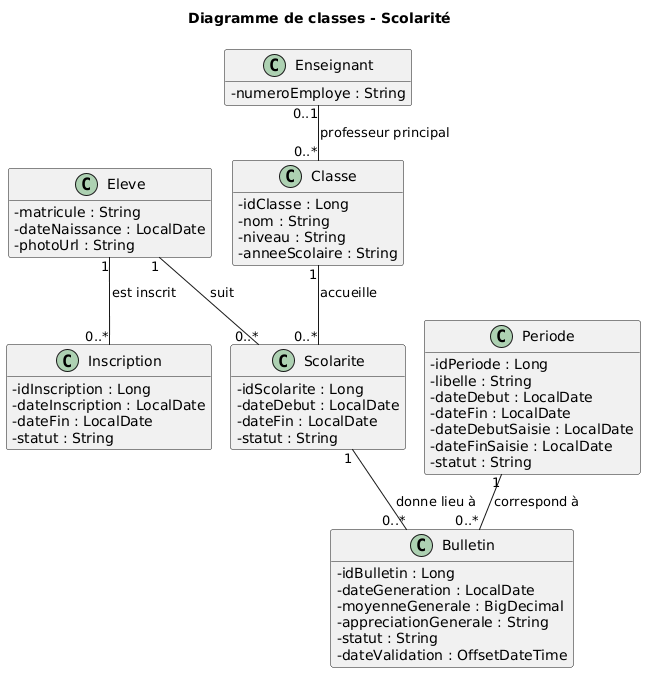
Earlier version of the PlantUML export docs/uml/diagramme-classes-scolarite.png (Florian2524/gestion-eleves).
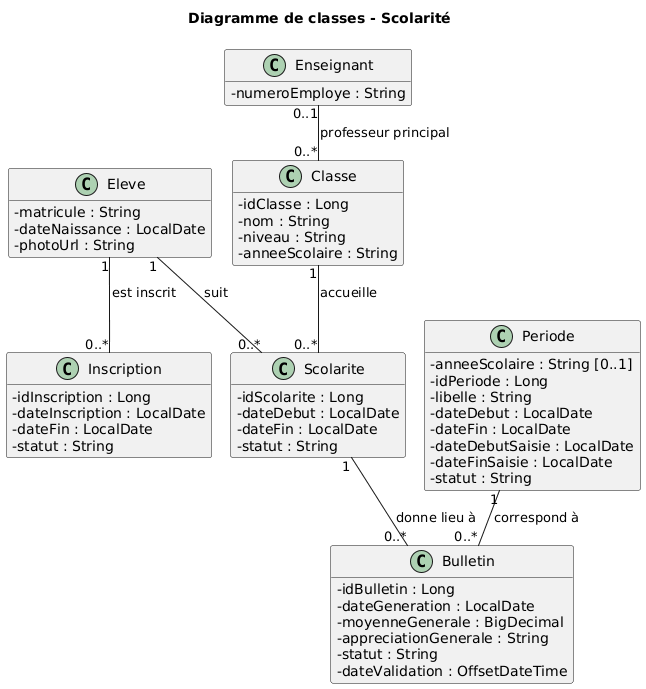
After the commit.

Change to the diagram source:
```diff
@@ -36,6 +36,7 @@
 }
 
 class Periode {
+  - anneeScolaire : String [0..1]
   - idPeriode : Long
   - libelle : String
   - dateDebut : LocalDate
```
